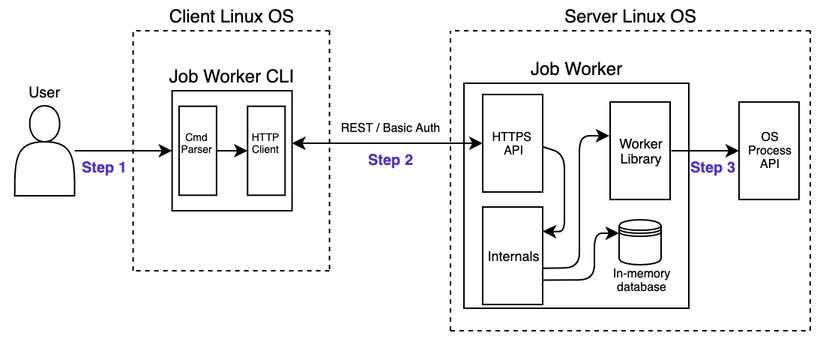
Before: assets/images/architecture.png, a diagram exported from draw.io (lucasbfernandes/job-worker). Source tidied: cells renumbered, new cells last; positions are measured from the earlier drawing's top-left corner, leaving out a move shared by most shapes.
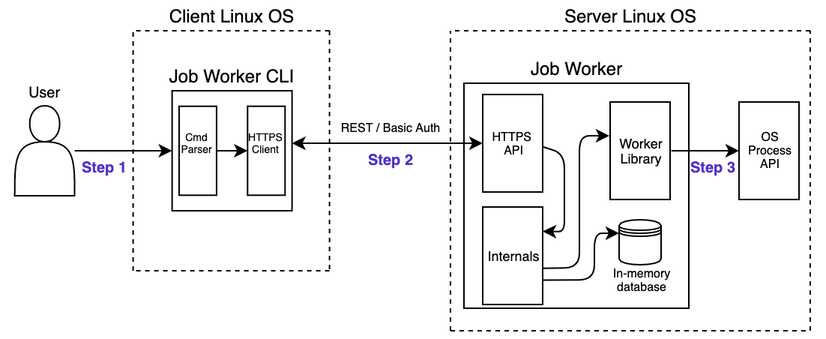
Later version of the same file.

What changed in the source:
```diff
@@ -170,7 +170,7 @@
     <mxCell id="42" value="Cmd&lt;br style=&quot;font-size: 7px&quot;&gt;Parser" style="text;html=1;strokeColor=none;fillColor=none;align=center;verticalAlign=middle;whiteSpace=wrap;rounded=0;labelBackgroundColor=none;fontSize=7;fontColor=#000000;" parent="1" vertex="1">
       <mxGeometry x="111.5" y="85" width="40" height="20" as="geometry" />
     </mxCell>
-    <mxCell id="43" value="HTTP&lt;br&gt;Client" style="text;html=1;strokeColor=none;fillColor=none;align=center;verticalAlign=middle;whiteSpace=wrap;rounded=0;labelBackgroundColor=none;fontSize=7;fontColor=#000000;" parent="1" vertex="1">
+    <mxCell id="43" value="HTTPS&lt;br&gt;Client" style="text;html=1;strokeColor=none;fillColor=none;align=center;verticalAlign=middle;whiteSpace=wrap;rounded=0;labelBackgroundColor=none;fontSize=7;fontColor=#000000;" parent="1" vertex="1">
       <mxGeometry x="157.2" y="85" width="40" height="20" as="geometry" />
     </mxCell>
   </root>
```
